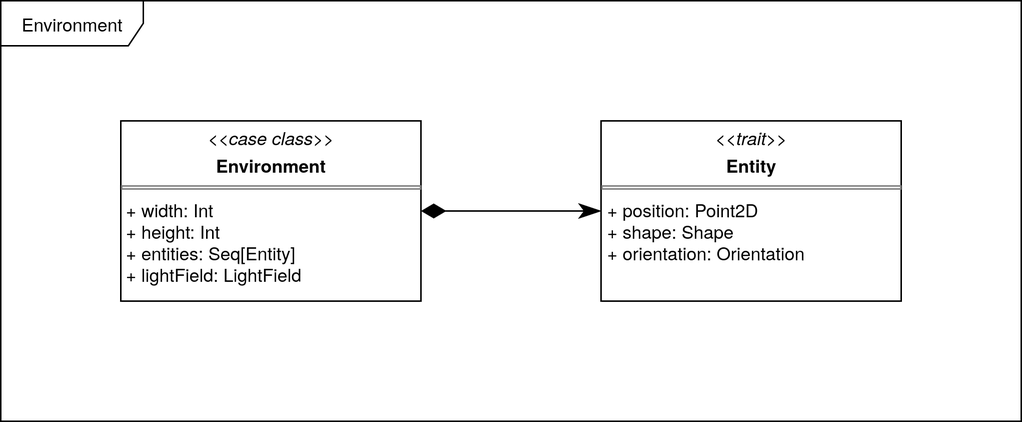
This is docs/static/img/04-detailed-design/environment.png from Scala-Robotics-Simulator/PPS-22-srs, a draw.io export, as it was before one commit. Source tidied: cells renumbered, new cells last; positions are measured from the earlier drawing's top-left corner, leaving out a move shared by most shapes.
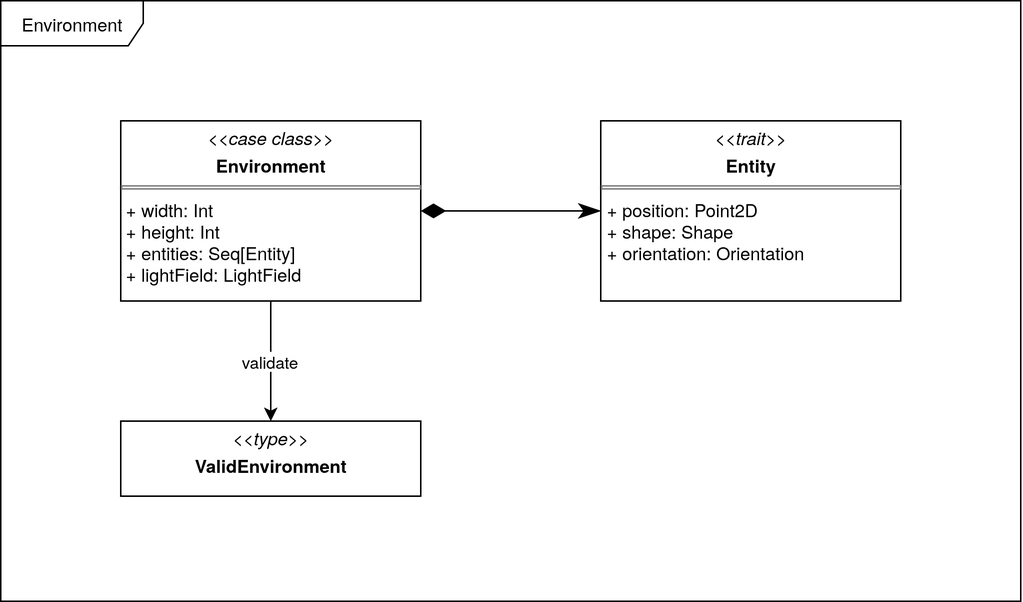
After the change.

Commit message:
docs: add implementation of environment, dsls and sensors

Diff of the diagram source:
```diff
@@ -2,17 +2,26 @@
   <root>
     <mxCell id="0" />
     <mxCell id="1" parent="0" />
-    <mxCell id="2" value="&lt;p style=&quot;margin:0px;margin-top:4px;text-align:center;&quot;&gt;&lt;i&gt;&amp;lt;&amp;lt;case class&amp;gt;&amp;gt;&lt;/i&gt;&lt;/p&gt;&lt;p style=&quot;margin:0px;margin-top:4px;text-align:center;&quot;&gt;&lt;b&gt;Environment&lt;/b&gt;&lt;/p&gt;&lt;hr size=&quot;1&quot; style=&quot;border-style:solid;&quot;&gt;&lt;div&gt;&amp;nbsp;+ width: Int&lt;/div&gt;&lt;div&gt;&amp;nbsp;+ height: Int&lt;/div&gt;&lt;div&gt;&amp;nbsp;+ entities: Seq[Entity]&lt;/div&gt;&lt;div&gt;&amp;nbsp;+ lightField: LightField&lt;/div&gt;&lt;div&gt;&lt;br&gt;&lt;/div&gt;" style="verticalAlign=top;align=left;overflow=fill;html=1;whiteSpace=wrap;" parent="1" vertex="1">
-      <mxGeometry x="80" y="80" width="200" height="120" as="geometry" />
+    <mxCell id="2" style="edgeStyle=orthogonalEdgeStyle;rounded=0;jettySize=auto;html=1;exitX=0.5;exitY=1;exitDx=0;exitDy=0;entryX=0.5;entryY=0;entryDx=0;entryDy=0;" parent="1" edge="1" source="4" target="8">
+      <mxGeometry relative="1" as="geometry" />
     </mxCell>
-    <mxCell id="3" value="&lt;p style=&quot;margin:0px;margin-top:4px;text-align:center;&quot;&gt;&lt;i&gt;&amp;lt;&amp;lt;trait&amp;gt;&amp;gt;&lt;/i&gt;&lt;/p&gt;&lt;p style=&quot;margin:0px;margin-top:4px;text-align:center;&quot;&gt;&lt;b&gt;Entity&lt;/b&gt;&lt;/p&gt;&lt;hr size=&quot;1&quot; style=&quot;border-style:solid;&quot;&gt;&lt;p style=&quot;margin:0px;margin-left:4px;&quot;&gt;+ position: Point2D&lt;/p&gt;&lt;p style=&quot;margin:0px;margin-left:4px;&quot;&gt;+ shape: Shape&lt;/p&gt;&lt;p style=&quot;margin:0px;margin-left:4px;&quot;&gt;+ orientation: Orientation&lt;/p&gt;" style="verticalAlign=top;align=left;overflow=fill;html=1;whiteSpace=wrap;" parent="1" vertex="1">
-      <mxGeometry x="400" y="80" width="200" height="120" as="geometry" />
+    <mxCell id="3" value="validate" style="edgeLabel;html=1;align=center;verticalAlign=middle;points=[];" parent="2" vertex="1">
+      <mxGeometry x="-0.01" y="-1" relative="1" as="geometry" />
     </mxCell>
-    <mxCell id="4" style="endArrow=classicThin;html=1;endSize=12;startArrow=diamondThin;startSize=14;startFill=1;edgeStyle=orthogonalEdgeStyle;align=left;verticalAlign=bottom;rounded=0;exitX=1;exitY=0.5;exitDx=0;exitDy=0;endFill=1;entryX=0;entryY=0.5;entryDx=0;entryDy=0;" parent="1" edge="1" source="2" target="3">
-      <mxGeometry x="-1" y="3" relative="1" as="geometry" />
+    <mxCell id="4" value="&lt;p style=&quot;margin:0px;margin-top:4px;text-align:center;&quot;&gt;&lt;i&gt;&amp;lt;&amp;lt;case class&amp;gt;&amp;gt;&lt;/i&gt;&lt;/p&gt;&lt;p style=&quot;margin:0px;margin-top:4px;text-align:center;&quot;&gt;&lt;b&gt;Environment&lt;/b&gt;&lt;/p&gt;&lt;hr size=&quot;1&quot; style=&quot;border-style:solid;&quot;&gt;&lt;div&gt;&amp;nbsp;+ width: Int&lt;/div&gt;&lt;div&gt;&amp;nbsp;+ height: Int&lt;/div&gt;&lt;div&gt;&amp;nbsp;+ entities: Seq[Entity]&lt;/div&gt;&lt;div&gt;&amp;nbsp;+ lightField: LightField&lt;/div&gt;&lt;div&gt;&lt;br&gt;&lt;/div&gt;" style="verticalAlign=top;align=left;overflow=fill;html=1;whiteSpace=wrap;" parent="1" vertex="1">
+      <mxGeometry x="-320" width="200" height="120" as="geometry" />
     </mxCell>
-    <mxCell id="5" value="&lt;div&gt;Environment&lt;/div&gt;" style="shape=umlFrame;whiteSpace=wrap;html=1;width=95;height=30;" parent="1" vertex="1">
-      <mxGeometry width="680" height="280" as="geometry" />
+    <mxCell id="5" value="&lt;p style=&quot;margin:0px;margin-top:4px;text-align:center;&quot;&gt;&lt;i&gt;&amp;lt;&amp;lt;trait&amp;gt;&amp;gt;&lt;/i&gt;&lt;/p&gt;&lt;p style=&quot;margin:0px;margin-top:4px;text-align:center;&quot;&gt;&lt;b&gt;Entity&lt;/b&gt;&lt;/p&gt;&lt;hr size=&quot;1&quot; style=&quot;border-style:solid;&quot;&gt;&lt;p style=&quot;margin:0px;margin-left:4px;&quot;&gt;+ position: Point2D&lt;/p&gt;&lt;p style=&quot;margin:0px;margin-left:4px;&quot;&gt;+ shape: Shape&lt;/p&gt;&lt;p style=&quot;margin:0px;margin-left:4px;&quot;&gt;+ orientation: Orientation&lt;/p&gt;" style="verticalAlign=top;align=left;overflow=fill;html=1;whiteSpace=wrap;" parent="1" vertex="1">
+      <mxGeometry width="200" height="120" as="geometry" />
     </mxCell>
+    <mxCell id="6" style="endArrow=classicThin;html=1;endSize=12;startArrow=diamondThin;startSize=14;startFill=1;edgeStyle=orthogonalEdgeStyle;align=left;verticalAlign=bottom;rounded=0;exitX=1;exitY=0.5;exitDx=0;exitDy=0;endFill=1;entryX=0;entryY=0.5;entryDx=0;entryDy=0;" parent="1" edge="1" source="4" target="5">
+      <mxGeometry x="-1" y="3" relative="1" as="geometry" />
+    </mxCell>
+    <mxCell id="7" value="&lt;div&gt;Environment&lt;/div&gt;" style="shape=umlFrame;whiteSpace=wrap;html=1;width=95;height=30;" parent="1" vertex="1">
+      <mxGeometry x="-400" y="-80" width="680" height="400" as="geometry" />
+    </mxCell>
+    <mxCell id="8" value="&lt;p style=&quot;margin:0px;margin-top:4px;text-align:center;&quot;&gt;&lt;i&gt;&amp;lt;&amp;lt;type&amp;gt;&amp;gt;&lt;/i&gt;&lt;/p&gt;&lt;p style=&quot;margin:0px;margin-top:4px;text-align:center;&quot;&gt;&lt;b&gt;ValidEnvironment&lt;/b&gt;&lt;/p&gt;" style="verticalAlign=top;align=left;overflow=fill;html=1;whiteSpace=wrap;" parent="1" vertex="1">
+      <mxGeometry x="-320" y="200" width="200" height="50" as="geometry" />
+    </mxCell>
   </root>
 </mxGraphModel>
```
